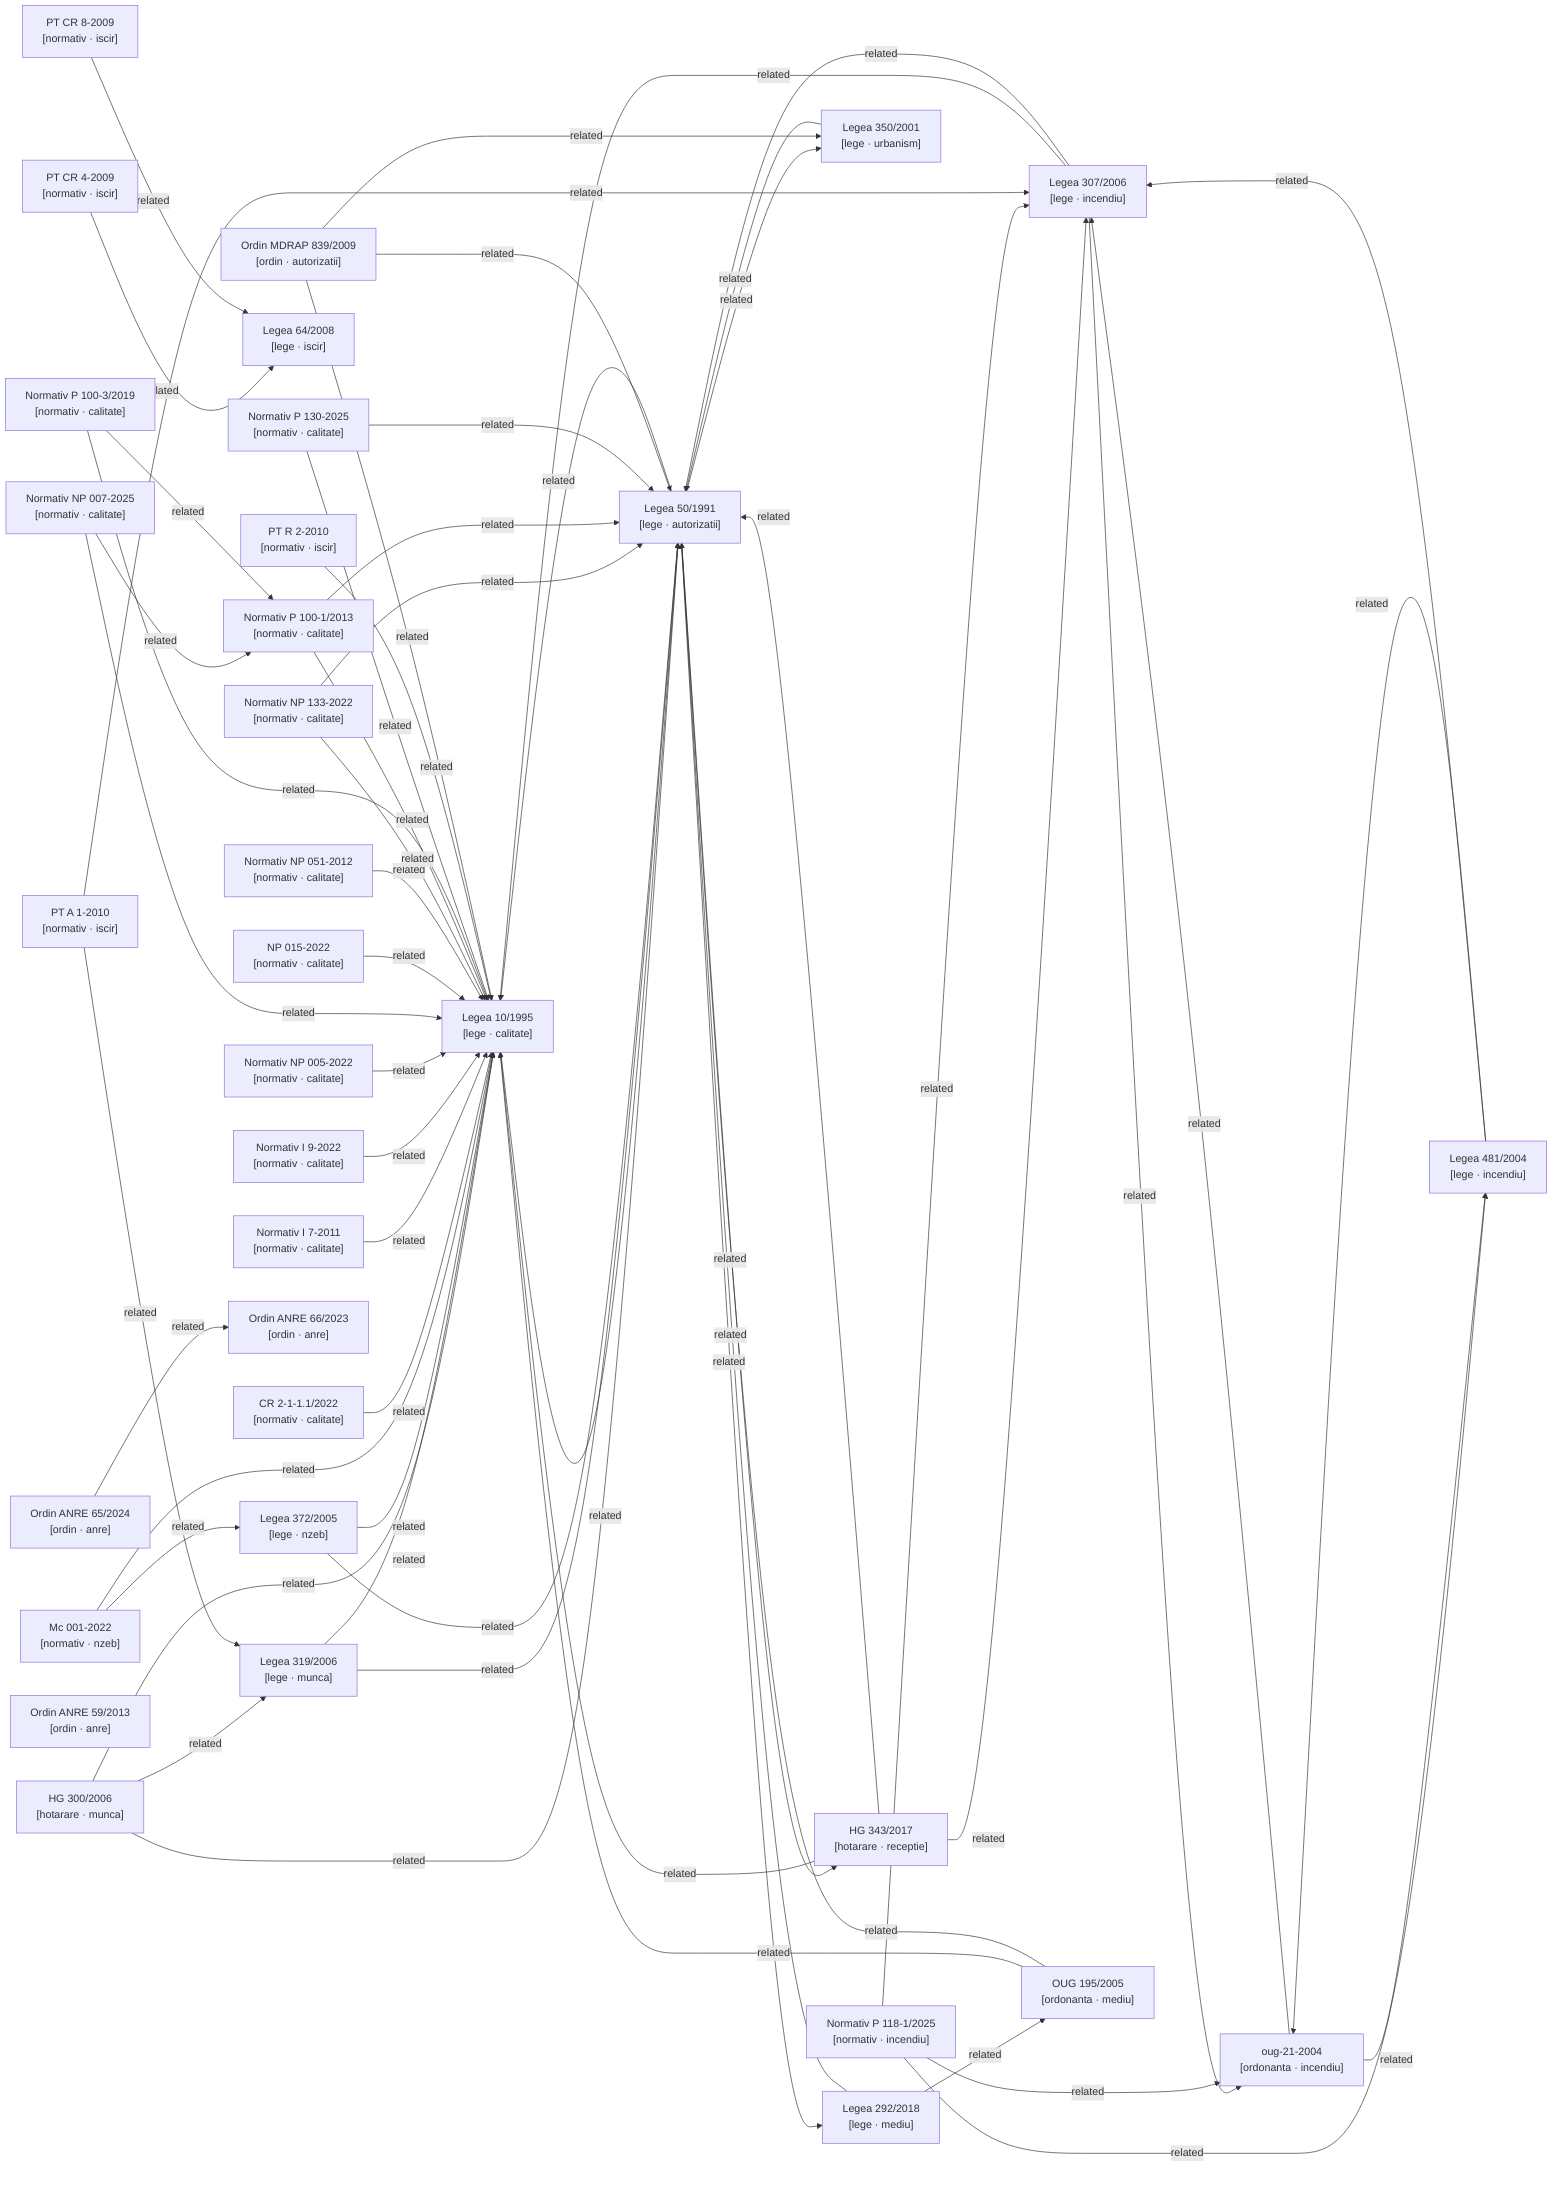
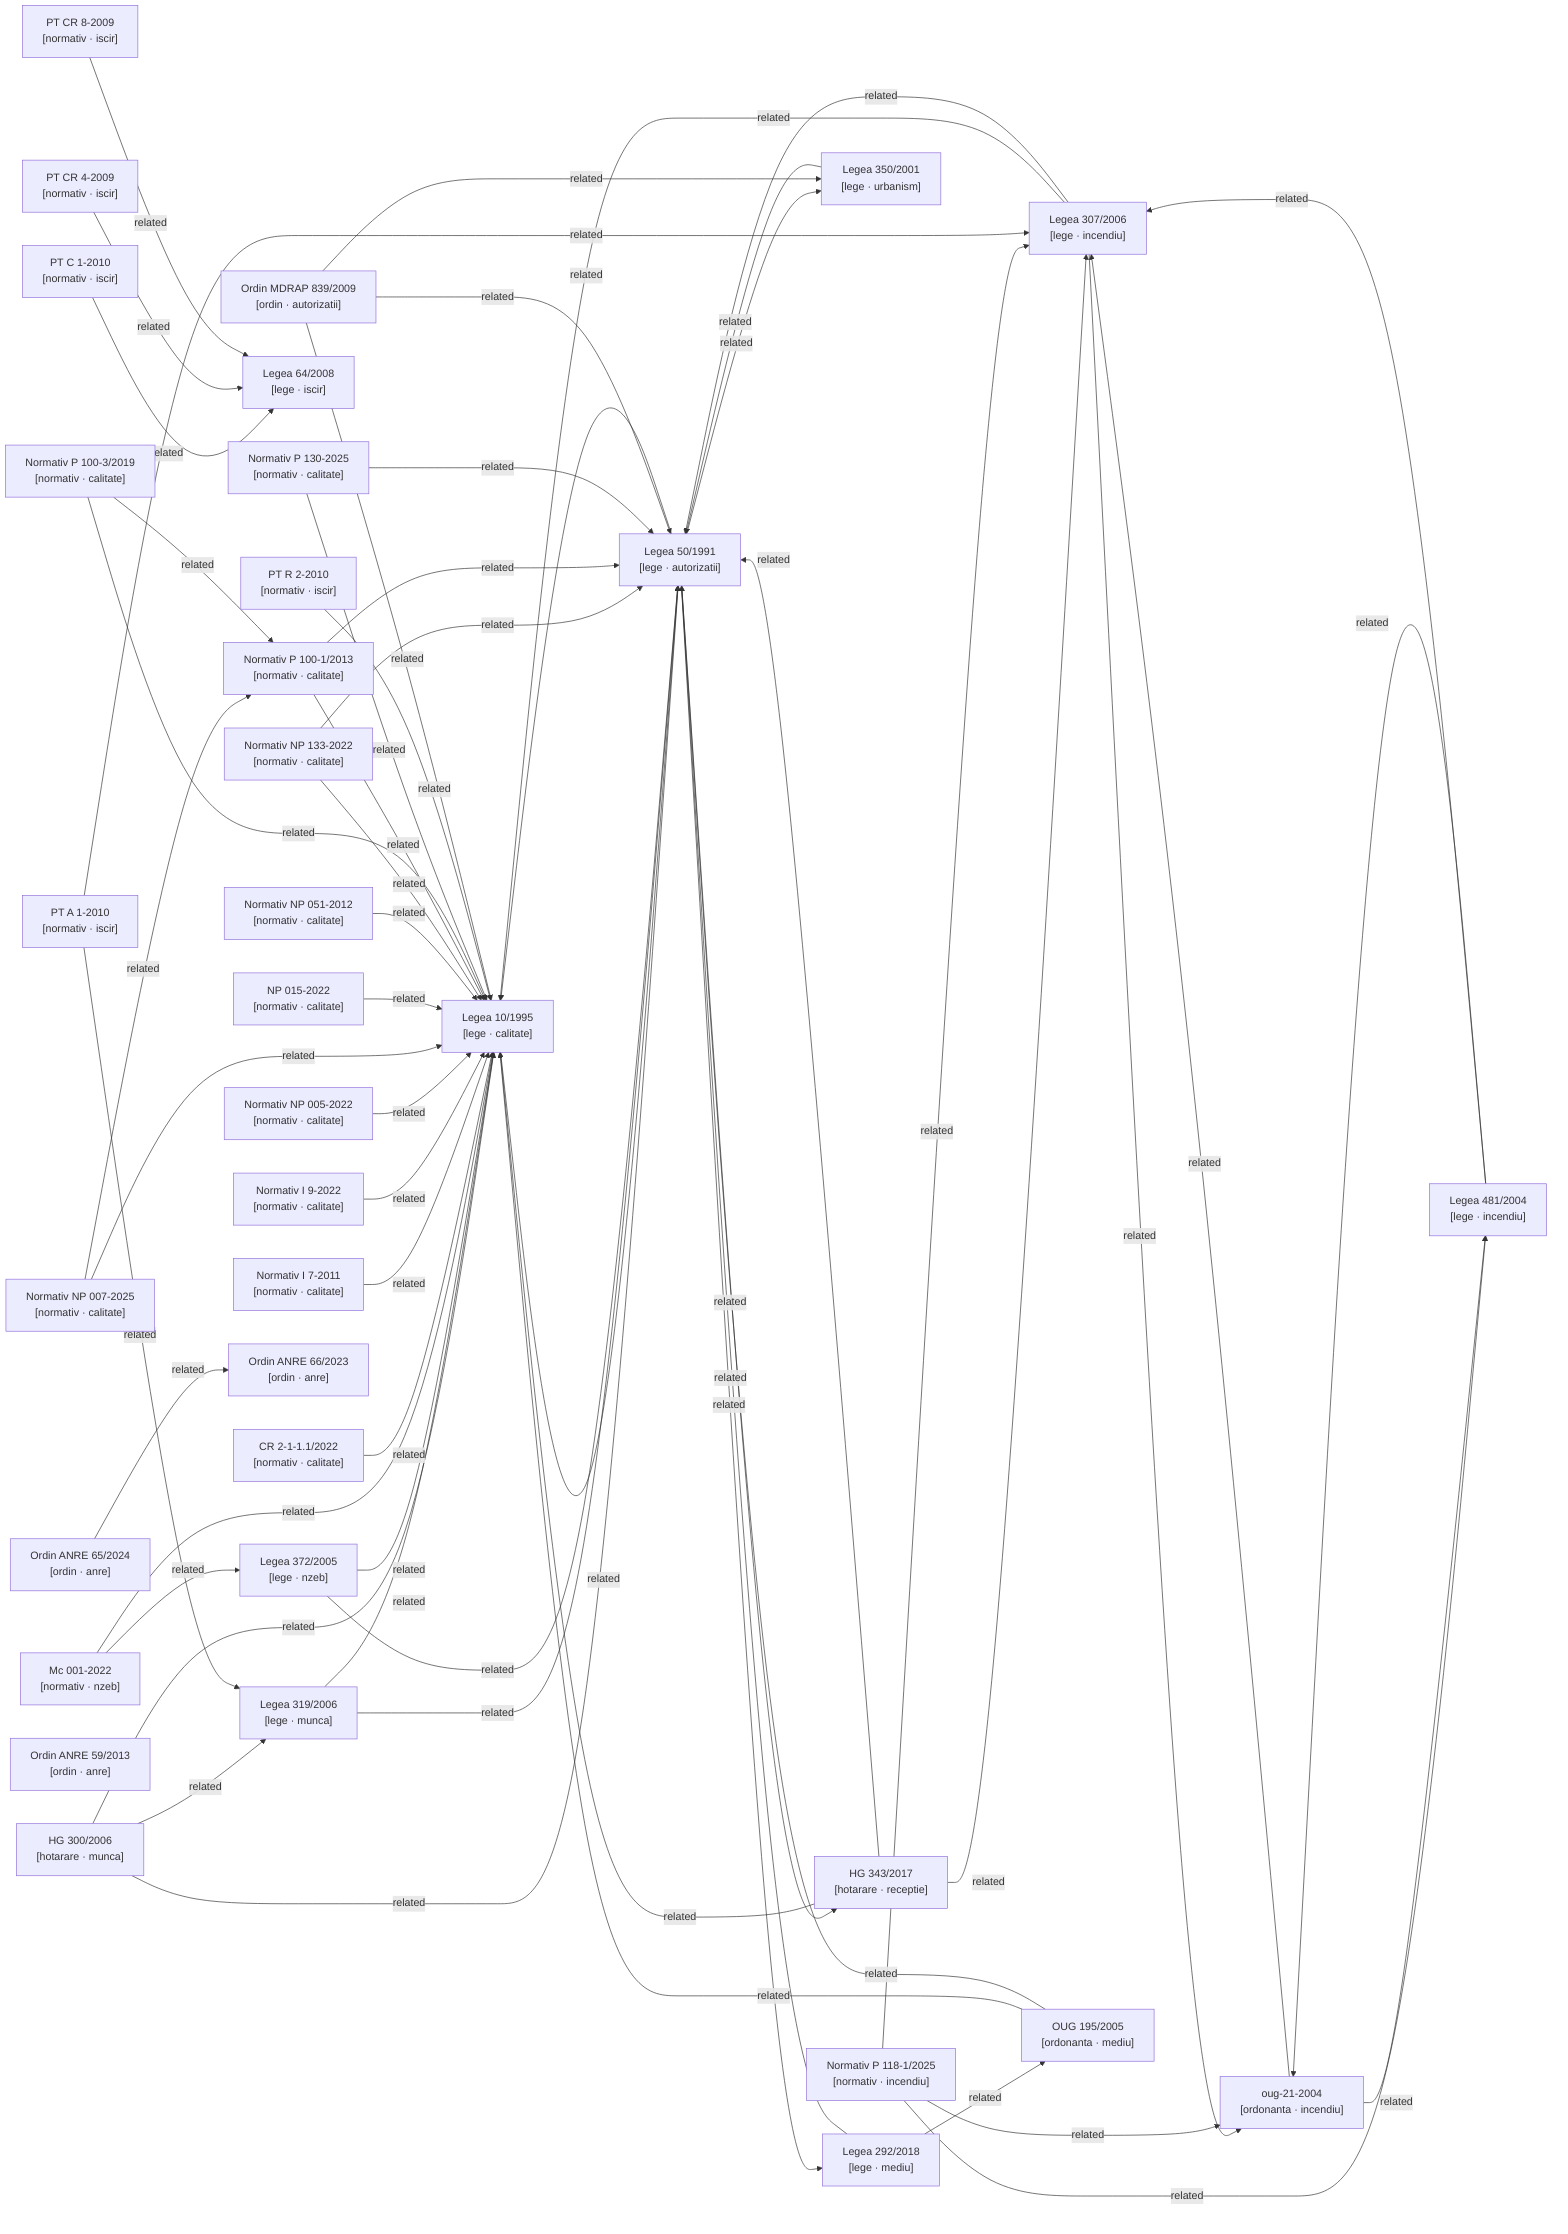
graph LR

  %% Nodes
  hg-300-2006["HG 300/2006\n[hotarare · munca]"]
  hg-343-2017["HG 343/2017\n[hotarare · receptie]"]
  lege-10-1995["Legea 10/1995\n[lege · calitate]"]
  lege-292-2018["Legea 292/2018\n[lege · mediu]"]
  lege-307-2006["Legea 307/2006\n[lege · incendiu]"]
  lege-319-2006["Legea 319/2006\n[lege · munca]"]
  lege-350-2001["Legea 350/2001\n[lege · urbanism]"]
  lege-372-2005["Legea 372/2005\n[lege · nzeb]"]
  lege-481-2004["Legea 481/2004\n[lege · incendiu]"]
  lege-50-1991["Legea 50/1991\n[lege · autorizatii]"]
  lege-64-2008["Legea 64/2008\n[lege · iscir]"]
  metodologie-mc001-2022["Mc 001-2022\n[normativ · nzeb]"]
  normativ-cr2-1-1-1-2022["CR 2-1-1.1/2022\n[normativ · calitate]"]
  normativ-i7-2011["Normativ I 7-2011\n[normativ · calitate]"]
  normativ-i9-2022["Normativ I 9-2022\n[normativ · calitate]"]
  normativ-np005-2022["Normativ NP 005-2022\n[normativ · calitate]"]
  normativ-np007-2025["Normativ NP 007-2025\n[normativ · calitate]"]
  normativ-np015-2022["NP 015-2022\n[normativ · calitate]"]
  normativ-np051-2012["Normativ NP 051-2012\n[normativ · calitate]"]
  normativ-np133-2022["Normativ NP 133-2022\n[normativ · calitate]"]
  normativ-p100-1-2013["Normativ P 100-1/2013\n[normativ · calitate]"]
  normativ-p100-3-2019["Normativ P 100-3/2019\n[normativ · calitate]"]
  normativ-p118-1-2025["Normativ P 118-1/2025\n[normativ · incendiu]"]
  normativ-p130-2025["Normativ P 130-2025\n[normativ · calitate]"]
  normativ-pt-a1-2010["PT A 1-2010\n[normativ · iscir]"]
+   normativ-pt-c1-2010["PT C 1-2010\n[normativ · iscir]"]
  normativ-pt-cr4-2009["PT CR 4-2009\n[normativ · iscir]"]
  normativ-pt-cr8-2009["PT CR 8-2009\n[normativ · iscir]"]
  normativ-pt-r2-2010["PT R 2-2010\n[normativ · iscir]"]
  ordin-839-2009["Ordin MDRAP 839/2009\n[ordin · autorizatii]"]
  ordin-anre-59-2013["Ordin ANRE 59/2013\n[ordin · anre]"]
  ordin-anre-65-2024["Ordin ANRE 65/2024\n[ordin · anre]"]
  ordin-anre-66-2023["Ordin ANRE 66/2023\n[ordin · anre]"]
  oug-195-2005["OUG 195/2005\n[ordonanta · mediu]"]
  oug-21-2004["oug-21-2004\n[ordonanta · incendiu]"]

  %% Confirmed relationships (from metadata related_acts)
  hg-300-2006 -->|related| lege-10-1995
  hg-300-2006 -->|related| lege-319-2006
  hg-300-2006 -->|related| lege-50-1991
  hg-343-2017 -->|related| lege-10-1995
  hg-343-2017 -->|related| lege-307-2006
  hg-343-2017 -->|related| lege-50-1991
  lege-10-1995 -->|related| lege-50-1991
  lege-292-2018 -->|related| lege-50-1991
  lege-292-2018 -->|related| oug-195-2005
  lege-307-2006 -->|related| lege-10-1995
  lege-307-2006 -->|related| lege-50-1991
  lege-307-2006 -->|related| oug-21-2004
  lege-319-2006 -->|related| lege-10-1995
  lege-319-2006 -->|related| lege-50-1991
  lege-350-2001 -->|related| lege-50-1991
  lege-372-2005 -->|related| lege-10-1995
  lege-372-2005 -->|related| lege-50-1991
  lege-481-2004 -->|related| lege-307-2006
  lege-481-2004 -->|related| oug-21-2004
  lege-50-1991 -->|related| hg-343-2017
  lege-50-1991 -->|related| lege-10-1995
  lege-50-1991 -->|related| lege-292-2018
  lege-50-1991 -->|related| lege-350-2001
  metodologie-mc001-2022 -->|related| lege-10-1995
  metodologie-mc001-2022 -->|related| lege-372-2005
  normativ-cr2-1-1-1-2022 -->|related| lege-10-1995
  normativ-i7-2011 -->|related| lege-10-1995
  normativ-i9-2022 -->|related| lege-10-1995
  normativ-np005-2022 -->|related| lege-10-1995
  normativ-np007-2025 -->|related| lege-10-1995
  normativ-np007-2025 -->|related| normativ-p100-1-2013
  normativ-np015-2022 -->|related| lege-10-1995
  normativ-np051-2012 -->|related| lege-10-1995
  normativ-np133-2022 -->|related| lege-10-1995
  normativ-np133-2022 -->|related| lege-50-1991
  normativ-p100-1-2013 -->|related| lege-10-1995
  normativ-p100-1-2013 -->|related| lege-50-1991
  normativ-p100-3-2019 -->|related| lege-10-1995
  normativ-p100-3-2019 -->|related| normativ-p100-1-2013
  normativ-p118-1-2025 -->|related| lege-307-2006
  normativ-p118-1-2025 -->|related| lege-481-2004
  normativ-p118-1-2025 -->|related| oug-21-2004
  normativ-p130-2025 -->|related| lege-10-1995
  normativ-p130-2025 -->|related| lege-50-1991
  normativ-pt-a1-2010 -->|related| lege-307-2006
  normativ-pt-a1-2010 -->|related| lege-319-2006
+   normativ-pt-c1-2010 -->|related| lege-64-2008
  normativ-pt-cr4-2009 -->|related| lege-64-2008
  normativ-pt-cr8-2009 -->|related| lege-64-2008
  normativ-pt-r2-2010 -->|related| lege-10-1995
  ordin-839-2009 -->|related| lege-10-1995
  ordin-839-2009 -->|related| lege-350-2001
  ordin-839-2009 -->|related| lege-50-1991
  ordin-anre-65-2024 -->|related| ordin-anre-66-2023
  oug-195-2005 -->|related| lege-10-1995
  oug-195-2005 -->|related| lege-50-1991
  oug-21-2004 -->|related| lege-307-2006
  oug-21-2004 -->|related| lege-481-2004

  %% Auto-detected relationships (needs_review)
